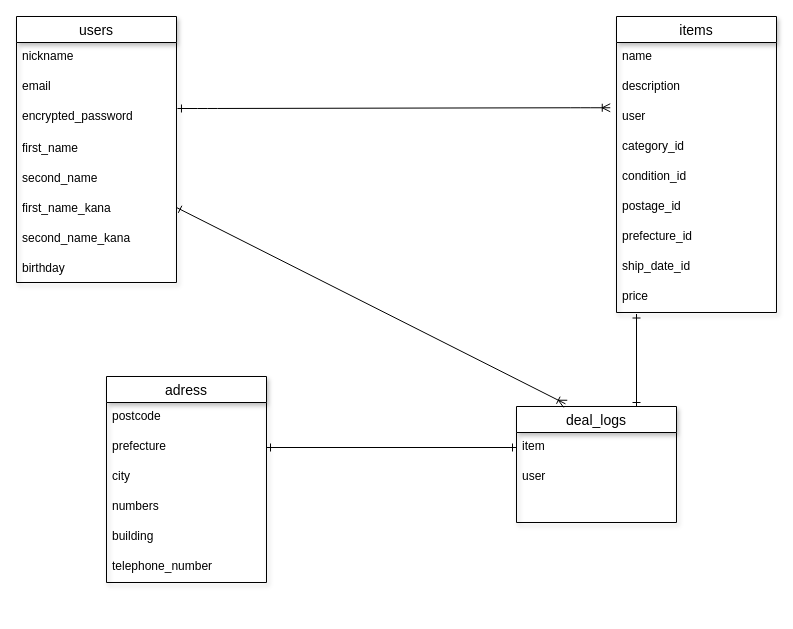
The draw.io diagram er.dio in bay-kuy/furima-37440, before the edit. Source tidied: cells renumbered, new cells numbered last; positions are measured from the earlier drawing's top-left corner, leaving out a move shared by most shapes. Both pictures are drawn from the tidied source at 100%, with x=0, y=0 at pixel (16, 16).
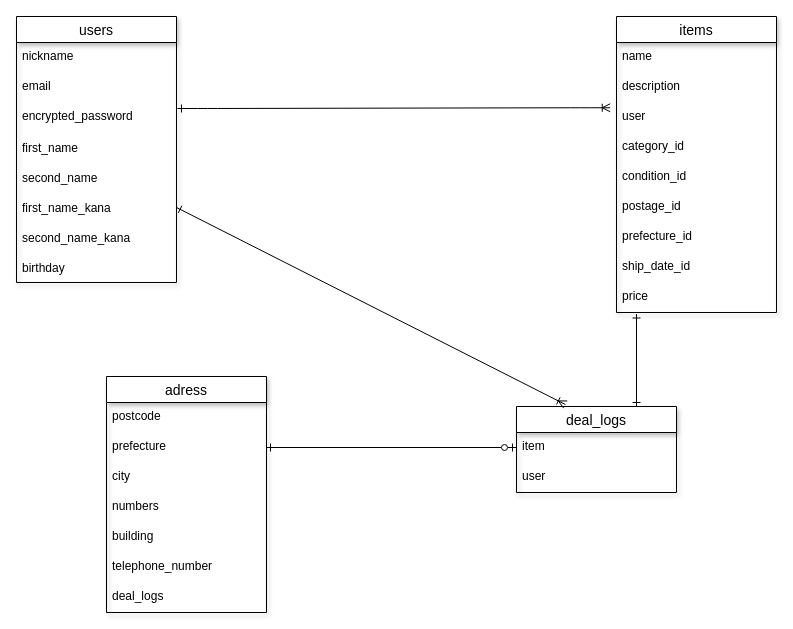
The same page after the edit.

Unchanged cells that the change refers to:
```xml
<mxCell id="24" value="item" style="text;strokeColor=none;fillColor=none;spacingLeft=4;spacingRight=4;overflow=hidden;points=[[0,0.5],[1,0.5]];portConstraint=eastwest;fontSize=12;rounded=0;shadow=1;html=0;" parent="23" vertex="1">
  <mxGeometry y="26" width="160" height="30" as="geometry" />
</mxCell>
<mxCell id="29" value="prefecture" style="text;strokeColor=none;fillColor=none;spacingLeft=4;spacingRight=4;overflow=hidden;points=[[0,0.5],[1,0.5]];portConstraint=eastwest;fontSize=12;rounded=0;shadow=1;html=0;" parent="27" vertex="1">
  <mxGeometry y="56" width="160" height="30" as="geometry" />
</mxCell>
```

Diff of the diagram source:
```diff
@@
     <mxCell id="23" value="deal_logs" style="swimlane;fontStyle=0;horizontal=1;startSize=26;align=center;fontSize=14;rounded=0;shadow=1;html=0;" parent="1" vertex="1">
-      <mxGeometry x="500" y="390" width="160" height="116" as="geometry" />
+      <mxGeometry x="500" y="390" width="160" height="86" as="geometry" />
     </mxCell>
@@
-    <mxCell id="26" style="text;strokeColor=none;fillColor=none;spacingLeft=4;spacingRight=4;overflow=hidden;fontSize=12;rounded=0;shadow=1;html=0;" parent="23" vertex="1">
-      <mxGeometry y="86" width="160" height="30" as="geometry" />
-    </mxCell>
     <mxCell id="27" value="adress" style="swimlane;fontStyle=0;horizontal=1;startSize=26;align=center;fontSize=14;rounded=0;shadow=1;html=0;" parent="1" vertex="1">
-      <mxGeometry x="90" y="360" width="160" height="206" as="geometry" />
+      <mxGeometry x="90" y="360" width="160" height="236" as="geometry" />
     </mxCell>
@@
+    <mxCell id="36" value="deal_logs" style="text;strokeColor=none;fillColor=none;spacingLeft=4;spacingRight=4;overflow=hidden;fontSize=12;rounded=0;shadow=1;html=0;" parent="27" vertex="1">
+      <mxGeometry y="206" width="160" height="30" as="geometry" />
+    </mxCell>
@@
-    <mxCell id="35" style="edgeStyle=none;html=1;entryX=1;entryY=0.5;entryDx=0;entryDy=0;startArrow=ERone;startFill=0;endArrow=ERone;endFill=0;" parent="1" edge="1" source="24" target="29">
+    <mxCell id="35" style="edgeStyle=none;html=1;entryX=1;entryY=0.5;entryDx=0;entryDy=0;startArrow=ERzeroToOne;startFill=0;endArrow=ERone;endFill=0;" parent="1" edge="1" source="24" target="29">
       <mxGeometry relative="1" as="geometry" />
     </mxCell>
```
